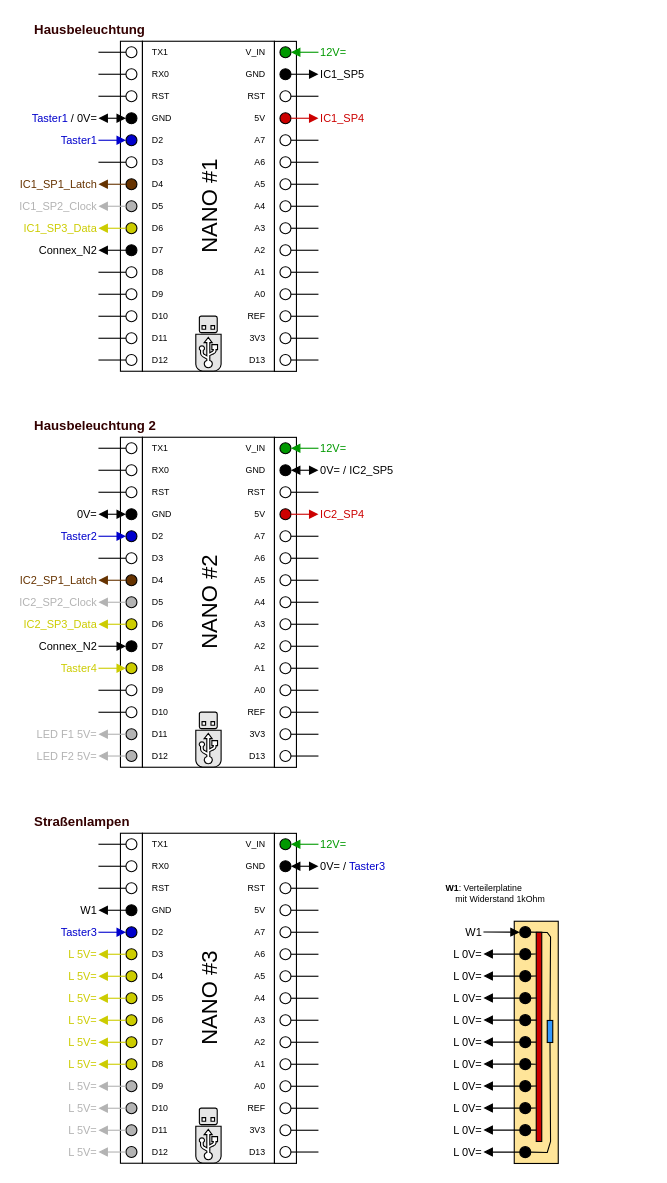
Above: page "Arduino" (9 of 9) of moba.drawio in sven-piller/arduino-moba (draw.io), before the change. Source tidied: cells renumbered, new cells numbered last; positions are measured from the earlier drawing's top-left corner, leaving out a move shared by most shapes. Both pictures are drawn from the tidied source at 110%, with x=0, y=0 at pixel (32, 19).
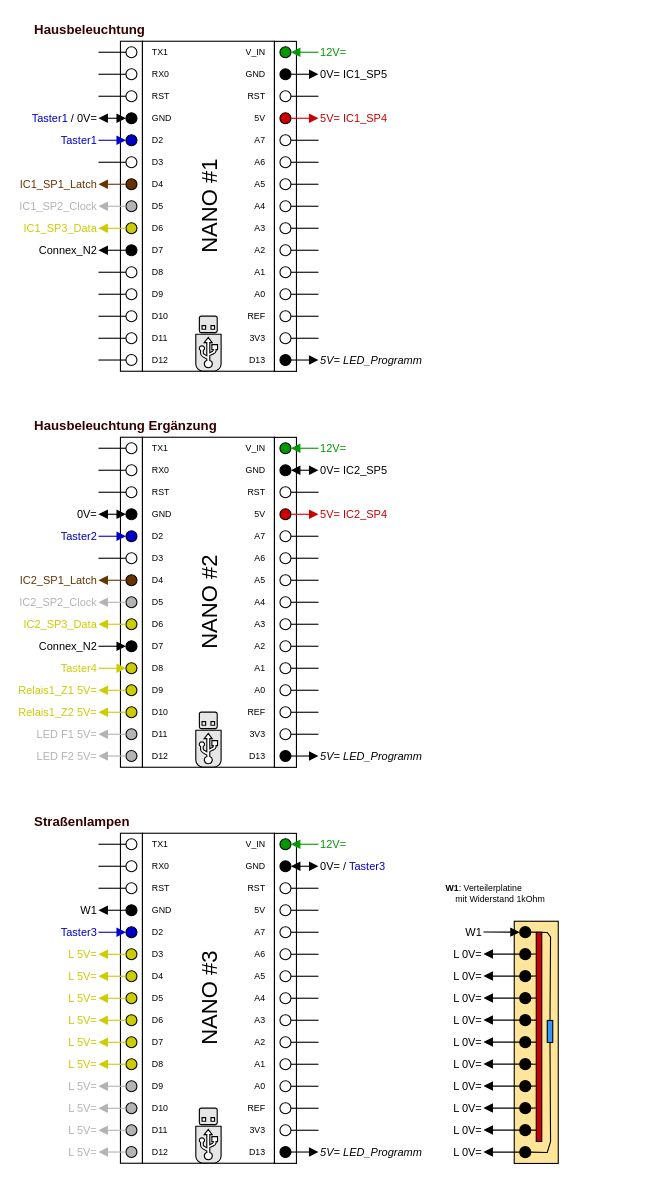
The same page after the edit.

The change refers to these unchanged cells:
```xml
<mxCell id="239" style="group;labelBackgroundColor=none;comic=0;" parent="1" vertex="1">
  <mxGeometry x="260" y="385" width="50" height="289.8" as="geometry" />
</mxCell>
<mxCell id="366" style="group;labelBackgroundColor=none;comic=0;" parent="1" vertex="1">
  <mxGeometry x="260" y="745" width="50" height="289.8" as="geometry" />
</mxCell>
```

Diff of the diagram source:
```diff
@@
-    <mxCell id="106" style="ellipse;whiteSpace=wrap;html=1;rounded=0;fillColor=none;fontFamily=Fira Code Retina;fontSize=12;fontColor=#CCCC00;align=right;sketch=0;shadow=0;comic=0;" parent="1" vertex="1">
+    <mxCell id="106" style="ellipse;whiteSpace=wrap;html=1;rounded=0;fontFamily=Fira Code Retina;fontSize=12;fontColor=#CCCC00;align=right;sketch=0;shadow=0;comic=0;fillColor=#000000;" parent="1" vertex="1">
       <mxGeometry x="225" y="304.8" width="10" height="10" as="geometry" />
     </mxCell>
-    <mxCell id="107" style="endArrow=none;html=1;sketch=0;shadow=0;labelBackgroundColor=none;comic=0;" parent="1" edge="1" source="125" target="106">
+    <mxCell id="107" style="endArrow=none;html=1;sketch=0;shadow=0;labelBackgroundColor=none;comic=0;endFill=0;startArrow=block;startFill=1;" parent="1" edge="1" source="125" target="106">
       <mxGeometry x="300" y="309.4" as="geometry" />
     </mxCell>
@@
-    <mxCell id="112" style="group;labelBackgroundColor=none;comic=0;" parent="1" vertex="1">
+    <mxCell id="112" style="group;labelBackgroundColor=none;comic=0;fontStyle=2;" parent="1" vertex="1">
       <mxGeometry x="260" y="25" width="50" height="289.8" as="geometry" />
     </mxCell>
@@
-    <mxCell id="114" value="IC1_SP5" style="text;fillColor=none;align=left;verticalAlign=middle;rounded=0;fontFamily=Fira Code Retina;html=1;fontSize=10;spacing=0;spacingLeft=2;spacingRight=2;sketch=0;shadow=0;labelBackgroundColor=none;comic=0;" parent="112" vertex="1">
+    <mxCell id="114" value="0V= IC1_SP5" style="text;fillColor=none;align=left;verticalAlign=middle;rounded=0;fontFamily=Fira Code Retina;html=1;fontSize=10;spacing=0;spacingLeft=2;spacingRight=2;sketch=0;shadow=0;labelBackgroundColor=none;comic=0;" parent="112" vertex="1">
       <mxGeometry y="20" width="50" height="10" as="geometry" />
     </mxCell>
@@
-    <mxCell id="124" value="IC1_SP4" style="text;fillColor=none;align=left;verticalAlign=middle;rounded=0;fontFamily=Fira Code Retina;html=1;fontSize=10;spacing=0;spacingLeft=2;spacingRight=2;sketch=0;shadow=0;labelBackgroundColor=none;fontColor=#CC0000;comic=0;" parent="112" vertex="1">
+    <mxCell id="124" value="5V= IC1_SP4" style="text;fillColor=none;align=left;verticalAlign=middle;rounded=0;fontFamily=Fira Code Retina;html=1;fontSize=10;spacing=0;spacingLeft=2;spacingRight=2;sketch=0;shadow=0;labelBackgroundColor=none;fontColor=#CC0000;comic=0;" parent="112" vertex="1">
       <mxGeometry y="60" width="50" height="10" as="geometry" />
     </mxCell>
-    <mxCell id="125" style="text;fillColor=none;align=left;verticalAlign=middle;rounded=0;fontFamily=Fira Code Retina;html=1;fontSize=10;spacing=0;spacingLeft=2;spacingRight=2;sketch=0;shadow=0;labelBackgroundColor=none;comic=0;" parent="112" vertex="1">
+    <mxCell id="125" value="5V= LED_Programm" style="text;fillColor=none;align=left;verticalAlign=middle;rounded=0;fontFamily=Fira Code Retina;html=1;fontSize=10;spacing=0;spacingLeft=2;spacingRight=2;sketch=0;shadow=0;labelBackgroundColor=none;comic=0;fontStyle=2;" parent="112" vertex="1">
       <mxGeometry y="279.8" width="50" height="10" as="geometry" />
     </mxCell>
@@
-    <mxCell id="182" style="ellipse;whiteSpace=wrap;html=1;rounded=0;fillColor=none;fontFamily=Fira Code Retina;fontSize=12;fontColor=#CCCC00;align=right;sketch=0;shadow=0;comic=0;" parent="1" vertex="1">
+    <mxCell id="182" style="ellipse;whiteSpace=wrap;html=1;rounded=0;fontFamily=Fira Code Retina;fontSize=12;fontColor=#CCCC00;align=right;sketch=0;shadow=0;comic=0;fillColor=#CCCC00;" parent="1" vertex="1">
       <mxGeometry x="85" y="605" width="10" height="10" as="geometry" />
     </mxCell>
@@
-    <mxCell id="190" style="endArrow=none;html=1;fontColor=#009900;sketch=0;shadow=0;comic=0;" parent="1" edge="1" source="197" target="182">
+    <mxCell id="190" style="endArrow=none;html=1;fontColor=#009900;sketch=0;shadow=0;comic=0;startArrow=block;startFill=1;strokeColor=#CCCC00;" parent="1" edge="1" source="197" target="182">
       <mxGeometry x="35" y="608.3" as="geometry" />
     </mxCell>
@@
-    <mxCell id="197" style="text;fillColor=none;align=right;verticalAlign=middle;rounded=0;fontFamily=Fira Code Retina;html=1;fontSize=10;spacing=0;spacingLeft=2;spacingRight=2;sketch=0;shadow=0;labelBackgroundColor=none;comic=0;" parent="1" vertex="1">
+    <mxCell id="197" value="Relais1_Z1 5V=" style="text;fillColor=none;align=right;verticalAlign=middle;rounded=0;fontFamily=Fira Code Retina;html=1;fontSize=10;spacing=0;spacingLeft=2;spacingRight=2;sketch=0;shadow=0;labelBackgroundColor=none;comic=0;fontColor=#CCCC00;" parent="1" vertex="1">
       <mxGeometry x="10" y="605" width="50" height="10" as="geometry" />
     </mxCell>
@@
-    <mxCell id="205" style="ellipse;whiteSpace=wrap;html=1;rounded=0;fillColor=none;fontFamily=Fira Code Retina;fontSize=12;fontColor=#CCCC00;align=right;sketch=0;shadow=0;comic=0;" parent="1" vertex="1">
+    <mxCell id="205" style="ellipse;whiteSpace=wrap;html=1;rounded=0;fontFamily=Fira Code Retina;fontSize=12;fontColor=#CCCC00;align=right;sketch=0;shadow=0;comic=0;fillColor=#CCCC00;" parent="1" vertex="1">
       <mxGeometry x="85" y="625" width="10" height="10" as="geometry" />
     </mxCell>
-    <mxCell id="206" style="endArrow=none;html=1;fontColor=#009900;sketch=0;shadow=0;comic=0;" parent="1" edge="1" source="207" target="205">
+    <mxCell id="206" style="endArrow=none;html=1;fontColor=#009900;sketch=0;shadow=0;comic=0;startArrow=block;startFill=1;strokeColor=#CCCC00;" parent="1" edge="1" source="207" target="205">
       <mxGeometry x="35" y="629.8" as="geometry" />
     </mxCell>
-    <mxCell id="207" style="text;fillColor=none;align=right;verticalAlign=middle;rounded=0;fontFamily=Fira Code Retina;html=1;fontSize=10;spacing=0;spacingLeft=2;spacingRight=2;sketch=0;shadow=0;labelBackgroundColor=none;comic=0;fontColor=#B3B3B3;" parent="1" vertex="1">
+    <mxCell id="207" value="Relais1_Z2 5V=" style="text;fillColor=none;align=right;verticalAlign=middle;rounded=0;fontFamily=Fira Code Retina;html=1;fontSize=10;spacing=0;spacingLeft=2;spacingRight=2;sketch=0;shadow=0;labelBackgroundColor=none;comic=0;fontColor=#CCCC00;" parent="1" vertex="1">
       <mxGeometry x="10" y="625" width="50" height="10" as="geometry" />
     </mxCell>
@@
-    <mxCell id="233" style="ellipse;whiteSpace=wrap;html=1;rounded=0;fillColor=none;fontFamily=Fira Code Retina;fontSize=12;fontColor=#CCCC00;align=right;sketch=0;shadow=0;comic=0;" parent="1" vertex="1">
+    <mxCell id="233" style="ellipse;whiteSpace=wrap;html=1;rounded=0;fontFamily=Fira Code Retina;fontSize=12;fontColor=#CCCC00;align=right;sketch=0;shadow=0;comic=0;fillColor=#000000;" parent="1" vertex="1">
       <mxGeometry x="225" y="664.8" width="10" height="10" as="geometry" />
     </mxCell>
-    <mxCell id="234" style="endArrow=none;html=1;sketch=0;shadow=0;labelBackgroundColor=none;comic=0;" parent="1" edge="1" source="252" target="233">
+    <mxCell id="234" style="endArrow=none;html=1;sketch=0;shadow=0;labelBackgroundColor=none;comic=0;startArrow=block;startFill=1;" parent="1" edge="1" source="252" target="233">
       <mxGeometry x="300" y="669.4" as="geometry" />
     </mxCell>
@@
-    <mxCell id="241" value="0V= / IC2_SP5" style="text;fillColor=none;align=left;verticalAlign=middle;rounded=0;fontFamily=Fira Code Retina;html=1;fontSize=10;spacing=0;spacingLeft=2;spacingRight=2;sketch=0;shadow=0;labelBackgroundColor=none;comic=0;" parent="239" vertex="1">
+    <mxCell id="241" value="0V= IC2_SP5" style="text;fillColor=none;align=left;verticalAlign=middle;rounded=0;fontFamily=Fira Code Retina;html=1;fontSize=10;spacing=0;spacingLeft=2;spacingRight=2;sketch=0;shadow=0;labelBackgroundColor=none;comic=0;" parent="239" vertex="1">
       <mxGeometry y="20" width="50" height="10" as="geometry" />
     </mxCell>
@@
-    <mxCell id="251" value="IC2_SP4" style="text;fillColor=none;align=left;verticalAlign=middle;rounded=0;fontFamily=Fira Code Retina;html=1;fontSize=10;spacing=0;spacingLeft=2;spacingRight=2;sketch=0;shadow=0;labelBackgroundColor=none;fontColor=#CC0000;comic=0;" parent="239" vertex="1">
+    <mxCell id="251" value="5V= IC2_SP4" style="text;fillColor=none;align=left;verticalAlign=middle;rounded=0;fontFamily=Fira Code Retina;html=1;fontSize=10;spacing=0;spacingLeft=2;spacingRight=2;sketch=0;shadow=0;labelBackgroundColor=none;fontColor=#CC0000;comic=0;" parent="239" vertex="1">
       <mxGeometry y="60" width="50" height="10" as="geometry" />
     </mxCell>
-    <mxCell id="252" style="text;fillColor=none;align=left;verticalAlign=middle;rounded=0;fontFamily=Fira Code Retina;html=1;fontSize=10;spacing=0;spacingLeft=2;spacingRight=2;sketch=0;shadow=0;labelBackgroundColor=none;comic=0;" parent="239" vertex="1">
+    <mxCell id="252" value="&lt;span style=&quot;color: rgb(0 , 0 , 0) ; font-family: &amp;#34;fira code retina&amp;#34; ; font-size: 10px ; font-style: italic ; font-weight: 400 ; letter-spacing: normal ; text-align: left ; text-indent: 0px ; text-transform: none ; word-spacing: 0px ; display: inline ; float: none&quot;&gt;5V= LED_Programm&lt;/span&gt;" style="text;align=left;verticalAlign=middle;rounded=0;fontFamily=Fira Code Retina;html=1;fontSize=10;spacing=0;spacingLeft=2;spacingRight=2;sketch=0;shadow=0;labelBackgroundColor=none;comic=0;" parent="239" vertex="1">
       <mxGeometry y="279.8" width="50" height="10" as="geometry" />
     </mxCell>
@@
-    <mxCell id="255" value="Hausbeleuchtung 2" style="text;html=1;strokeColor=none;fillColor=none;align=left;verticalAlign=middle;whiteSpace=wrap;rounded=0;fontFamily=Fira Code Retina;fontSize=12;fontColor=#330000;fontStyle=1;" parent="1" vertex="1">
+    <mxCell id="255" value="Hausbeleuchtung Ergänzung" style="text;html=1;strokeColor=none;fillColor=none;align=left;verticalAlign=middle;whiteSpace=wrap;rounded=0;fontFamily=Fira Code Retina;fontSize=12;fontColor=#330000;fontStyle=1;" parent="1" vertex="1">
       <mxGeometry y="360" width="290" height="20" as="geometry" />
     </mxCell>
@@
-    <mxCell id="360" style="ellipse;whiteSpace=wrap;html=1;rounded=0;fillColor=none;fontFamily=Fira Code Retina;fontSize=12;fontColor=#CCCC00;align=right;sketch=0;shadow=0;comic=0;" parent="1" vertex="1">
+    <mxCell id="360" style="ellipse;whiteSpace=wrap;html=1;rounded=0;fontFamily=Fira Code Retina;fontSize=12;fontColor=#CCCC00;align=right;sketch=0;shadow=0;comic=0;fillColor=#000000;" parent="1" vertex="1">
       <mxGeometry x="225" y="1024.8" width="10" height="10" as="geometry" />
     </mxCell>
-    <mxCell id="361" style="endArrow=none;html=1;sketch=0;shadow=0;labelBackgroundColor=none;comic=0;" parent="1" edge="1" source="379" target="360">
+    <mxCell id="361" style="endArrow=none;html=1;sketch=0;shadow=0;labelBackgroundColor=none;comic=0;startArrow=block;startFill=1;" parent="1" edge="1" source="379" target="360">
       <mxGeometry x="300" y="1029.4" as="geometry" />
     </mxCell>
@@
-    <mxCell id="379" style="text;fillColor=none;align=left;verticalAlign=middle;rounded=0;fontFamily=Fira Code Retina;html=1;fontSize=10;spacing=0;spacingLeft=2;spacingRight=2;sketch=0;shadow=0;labelBackgroundColor=none;comic=0;" parent="366" vertex="1">
+    <mxCell id="379" value="&lt;span style=&quot;font-family: &amp;#34;fira code retina&amp;#34; ; font-style: italic&quot;&gt;5V= LED_Programm&lt;/span&gt;" style="text;fillColor=none;align=left;verticalAlign=middle;rounded=0;fontFamily=Fira Code Retina;html=1;fontSize=10;spacing=0;spacingLeft=2;spacingRight=2;sketch=0;shadow=0;labelBackgroundColor=none;comic=0;" parent="366" vertex="1">
       <mxGeometry y="279.8" width="50" height="10" as="geometry" />
     </mxCell>
```
